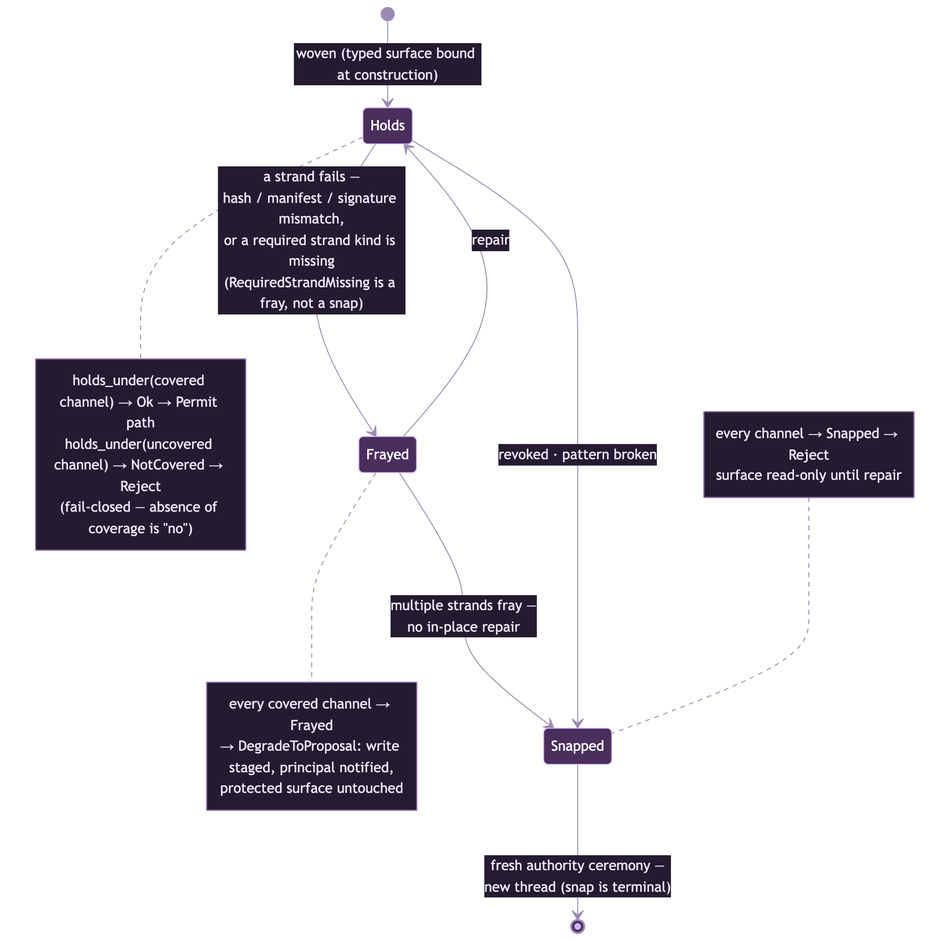
Earlier version of the Mermaid export docs/diagrams/thread-tension-state.png (OpenCoven/coven-threads). Its source is kept beside it as docs/diagrams/src/thread-tension-state.mmd.
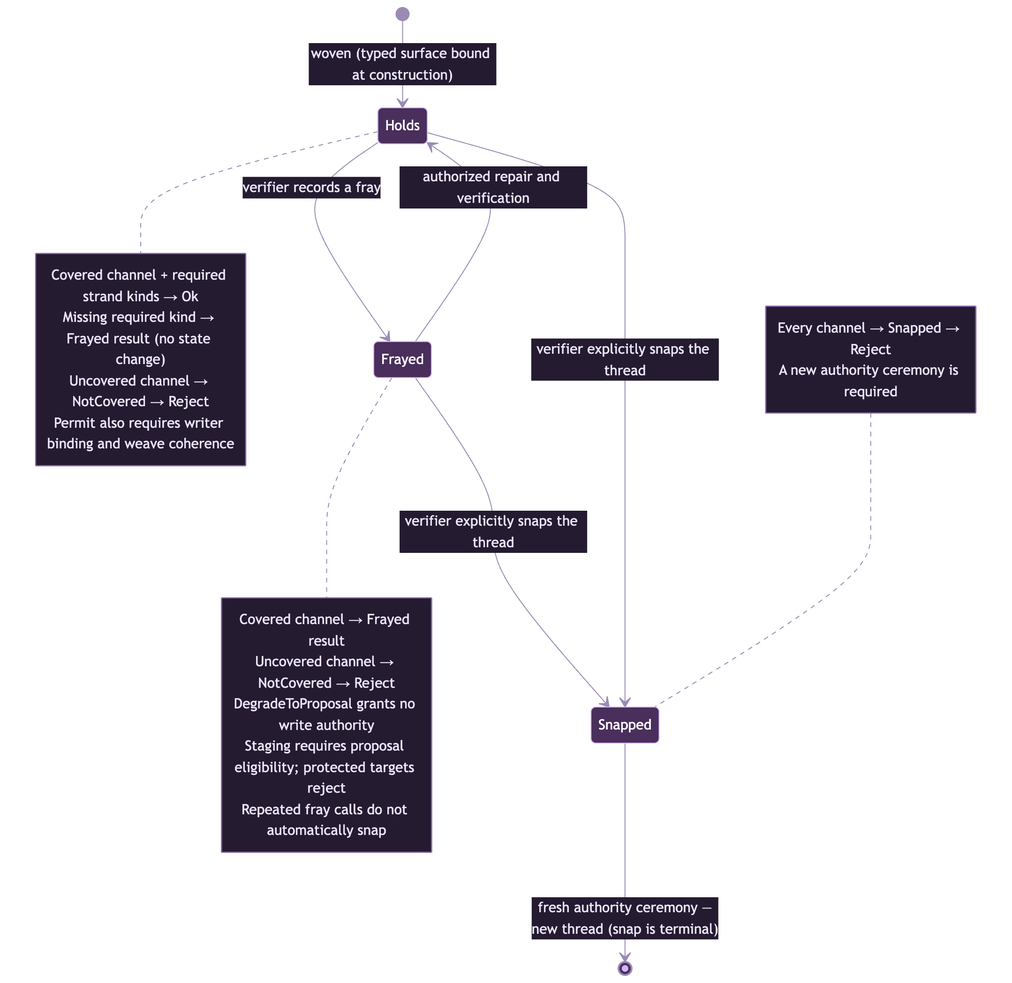
Above is the later version.

What changed in the source:
```diff
@@ -2,23 +2,26 @@
   direction TB
   [*] --> Holds: woven (typed surface bound at construction)
 
-  Holds --> Frayed: a strand fails —<br/>hash / manifest / signature mismatch,<br/>or a required strand kind is missing<br/>(RequiredStrandMissing is a fray, not a snap)
-  Frayed --> Holds: repair
-  Frayed --> Snapped: multiple strands fray —<br/>no in-place repair
-  Holds --> Snapped: revoked · pattern broken
+  Holds --> Frayed: verifier records a fray
+  Frayed --> Holds: authorized repair and verification
+  Frayed --> Snapped: verifier explicitly snaps the thread
+  Holds --> Snapped: verifier explicitly snaps the thread
   Snapped --> [*]: fresh authority ceremony —<br/>new thread (snap is terminal)
 
   note right of Holds
-    holds_under(covered channel) → Ok → Permit path
-    holds_under(uncovered channel) → NotCovered → Reject
-    (fail-closed — absence of coverage is "no")
+    Covered channel + required strand kinds → Ok
+    Missing required kind → Frayed result (no state change)
+    Uncovered channel → NotCovered → Reject
+    Permit also requires writer binding and weave coherence
   end note
   note right of Frayed
-    every covered channel → Frayed
-    → DegradeToProposal: write staged, principal notified,
-    protected surface untouched
+    Covered channel → Frayed result
+    Uncovered channel → NotCovered → Reject
+    DegradeToProposal grants no write authority
+    Staging requires proposal eligibility; protected targets reject
+    Repeated fray calls do not automatically snap
   end note
   note left of Snapped
-    every channel → Snapped → Reject
-    surface read-only until repair
+    Every channel → Snapped → Reject
+    A new authority ceremony is required
   end note
```
